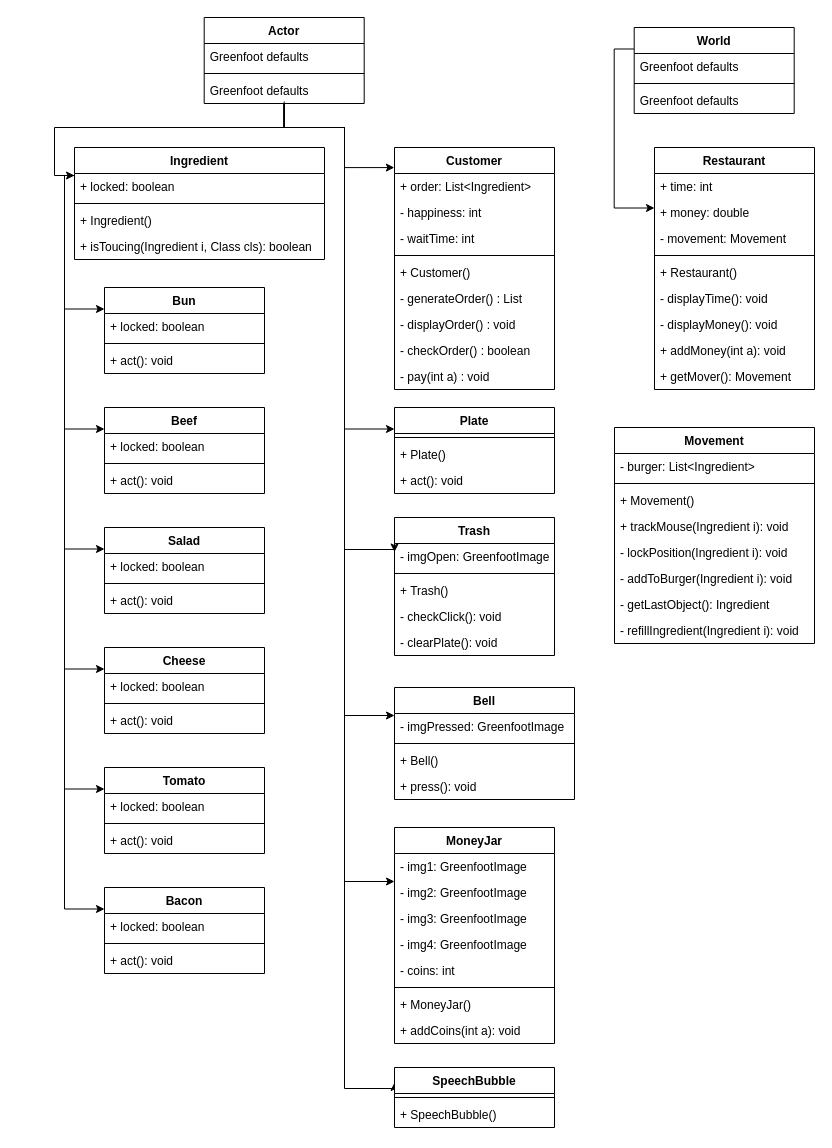
sandrolenz/M226b-BurgerPlace keeps this draw.io diagram as M226B_LB2_Klassendiagramm-grob_FankhauserLenz.drawio. Above is the earlier version. Source tidied: cells renumbered, new cells numbered last; positions are measured from the earlier drawing's top-left corner, leaving out a move shared by most shapes. Both pictures are drawn from the tidied source at 100%, with x=0, y=0 at pixel (54, 17).
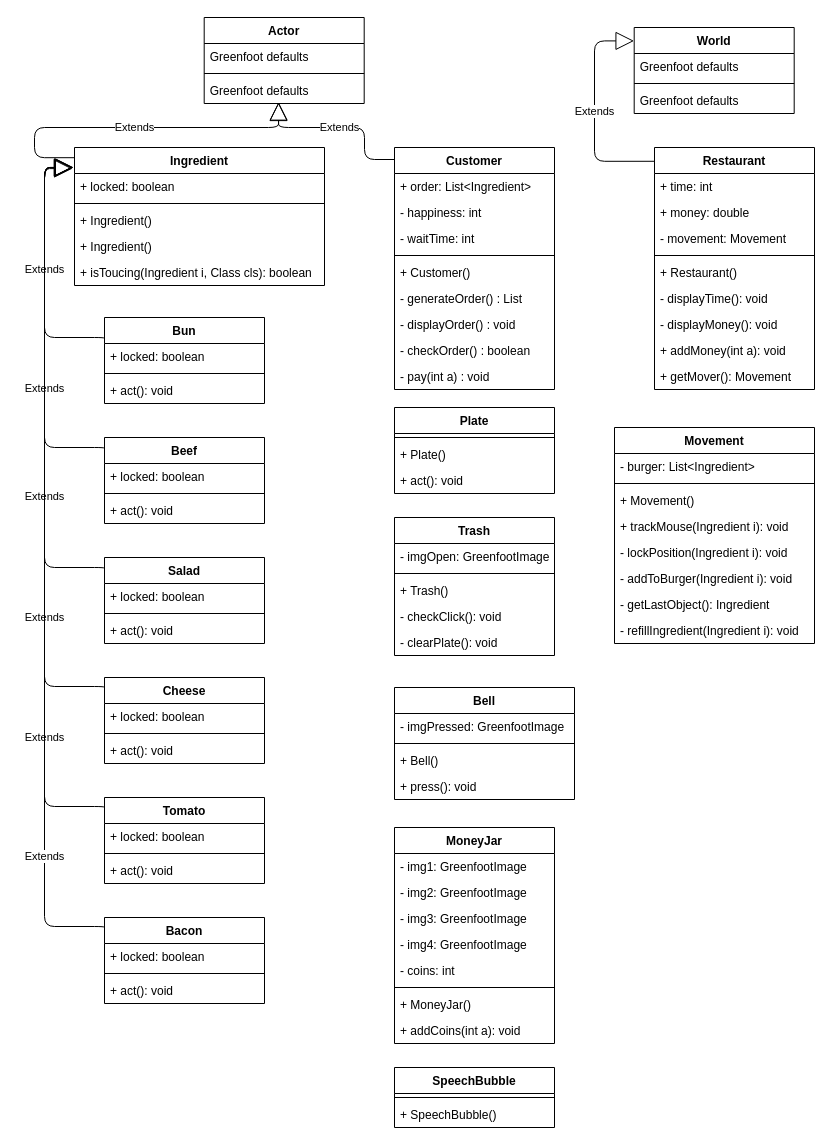
After the change.

The change refers to these unchanged cells:
```xml
<mxCell id="19" value="Actor" style="swimlane;fontStyle=1;align=center;verticalAlign=top;horizontal=1;startSize=26;" parent="1" vertex="1">
  <mxGeometry x="149.7" width="160" height="86" as="geometry" />
</mxCell>
<mxCell id="22" value="Greenfoot defaults" style="text;strokeColor=none;fillColor=none;align=left;verticalAlign=top;spacingLeft=4;spacingRight=4;overflow=hidden;points=[[0,0.5],[1,0.5]];portConstraint=eastwest;" parent="19" vertex="1">
  <mxGeometry y="60" width="160" height="26" as="geometry" />
</mxCell>
<mxCell id="48" value="World" style="swimlane;fontStyle=1;align=center;verticalAlign=top;horizontal=1;startSize=26;" parent="1" vertex="1">
  <mxGeometry x="579.7" y="10" width="160" height="86" as="geometry" />
</mxCell>
<mxCell id="52" value="Restaurant" style="swimlane;fontStyle=1;align=center;verticalAlign=top;horizontal=1;startSize=26;" parent="1" vertex="1">
  <mxGeometry x="600" y="130" width="160" height="242" as="geometry" />
</mxCell>
<mxCell id="71" value="Plate" style="swimlane;fontStyle=1;align=center;verticalAlign=top;horizontal=1;startSize=26;" parent="1" vertex="1">
  <mxGeometry x="340" y="390" width="160" height="86" as="geometry" />
</mxCell>
<mxCell id="75" value="Trash" style="swimlane;fontStyle=1;align=center;verticalAlign=top;horizontal=1;startSize=26;" parent="1" vertex="1">
  <mxGeometry x="340" y="500" width="160" height="138" as="geometry" />
</mxCell>
<mxCell id="81" value="Bell" style="swimlane;fontStyle=1;align=center;verticalAlign=top;horizontal=1;startSize=26;" parent="1" vertex="1">
  <mxGeometry x="340" y="670" width="180" height="112" as="geometry" />
</mxCell>
<mxCell id="86" value="MoneyJar" style="swimlane;fontStyle=1;align=center;verticalAlign=top;horizontal=1;startSize=26;" parent="1" vertex="1">
  <mxGeometry x="340" y="810" width="160" height="216" as="geometry" />
</mxCell>
<mxCell id="95" value="Customer" style="swimlane;fontStyle=1;align=center;verticalAlign=top;horizontal=1;startSize=26;" parent="1" vertex="1">
  <mxGeometry x="340" y="130" width="160" height="242" as="geometry" />
</mxCell>
<mxCell id="105" value="SpeechBubble" style="swimlane;fontStyle=1;align=center;verticalAlign=top;horizontal=1;startSize=26;" parent="1" vertex="1">
  <mxGeometry x="340" y="1050" width="160" height="60" as="geometry" />
</mxCell>
```

The edit, as a diff of the source:
```diff
@@
-    <mxCell id="2" style="edgeStyle=orthogonalEdgeStyle;rounded=0;jettySize=auto;html=1;exitX=0;exitY=0.25;exitDx=0;exitDy=0;entryX=0;entryY=0.25;entryDx=0;entryDy=0;" parent="1" edge="1" source="8" target="23">
-      <mxGeometry relative="1" as="geometry">
-        <Array as="points">
-          <mxPoint x="10" y="158" />
-          <mxPoint x="10" y="292" />
-        </Array>
-      </mxGeometry>
-    </mxCell>
-    <mxCell id="3" style="edgeStyle=orthogonalEdgeStyle;rounded=0;jettySize=auto;html=1;exitX=0;exitY=0.25;exitDx=0;exitDy=0;entryX=0;entryY=0.25;entryDx=0;entryDy=0;" parent="1" edge="1" source="8" target="27">
-      <mxGeometry relative="1" as="geometry">
-        <Array as="points">
-          <mxPoint x="10" y="158" />
-          <mxPoint x="10" y="412" />
-        </Array>
-      </mxGeometry>
-    </mxCell>
-    <mxCell id="4" style="edgeStyle=orthogonalEdgeStyle;rounded=0;jettySize=auto;html=1;exitX=0;exitY=0.25;exitDx=0;exitDy=0;entryX=0;entryY=0.25;entryDx=0;entryDy=0;" parent="1" edge="1" source="8" target="35">
-      <mxGeometry relative="1" as="geometry">
-        <Array as="points">
-          <mxPoint x="10" y="158" />
-          <mxPoint x="10" y="532" />
-        </Array>
-      </mxGeometry>
-    </mxCell>
-    <mxCell id="5" style="edgeStyle=orthogonalEdgeStyle;rounded=0;jettySize=auto;html=1;exitX=0;exitY=0.25;exitDx=0;exitDy=0;entryX=0;entryY=0.25;entryDx=0;entryDy=0;" parent="1" edge="1" source="8" target="39">
-      <mxGeometry relative="1" as="geometry">
-        <Array as="points">
-          <mxPoint x="10" y="158" />
-          <mxPoint x="10" y="652" />
-        </Array>
-      </mxGeometry>
-    </mxCell>
-    <mxCell id="6" style="edgeStyle=orthogonalEdgeStyle;rounded=0;jettySize=auto;html=1;exitX=0;exitY=0.25;exitDx=0;exitDy=0;entryX=0;entryY=0.25;entryDx=0;entryDy=0;" parent="1" edge="1" source="8" target="31">
-      <mxGeometry relative="1" as="geometry">
-        <Array as="points">
-          <mxPoint x="10" y="158" />
-          <mxPoint x="10" y="772" />
-        </Array>
-      </mxGeometry>
-    </mxCell>
-    <mxCell id="7" style="edgeStyle=orthogonalEdgeStyle;rounded=0;jettySize=auto;html=1;exitX=0;exitY=0.25;exitDx=0;exitDy=0;entryX=0;entryY=0.25;entryDx=0;entryDy=0;" parent="1" edge="1" source="8" target="43">
-      <mxGeometry relative="1" as="geometry">
-        <Array as="points">
-          <mxPoint x="10" y="158" />
-          <mxPoint x="10" y="892" />
-        </Array>
-      </mxGeometry>
-    </mxCell>
     <mxCell id="8" value="Ingredient" style="swimlane;fontStyle=1;align=center;verticalAlign=top;horizontal=1;startSize=26;" parent="1" vertex="1">
-      <mxGeometry x="20" y="130" width="250" height="112" as="geometry" />
+      <mxGeometry x="20" y="130" width="250" height="138" as="geometry" />
     </mxCell>
@@
+    <mxCell id="109" value="+ Ingredient()" style="text;strokeColor=none;fillColor=none;align=left;verticalAlign=top;spacingLeft=4;spacingRight=4;overflow=hidden;" parent="8" vertex="1">
+      <mxGeometry y="60" width="250" height="26" as="geometry" />
+    </mxCell>
     <mxCell id="11" value="+ Ingredient()" style="text;strokeColor=none;fillColor=none;align=left;verticalAlign=top;spacingLeft=4;spacingRight=4;overflow=hidden;" parent="8" vertex="1">
-      <mxGeometry y="60" width="250" height="26" as="geometry" />
+      <mxGeometry y="86" width="250" height="26" as="geometry" />
     </mxCell>
     <mxCell id="12" value="+ isToucing(Ingredient i, Class cls): boolean" style="text;strokeColor=none;fillColor=none;align=left;verticalAlign=top;spacingLeft=4;spacingRight=4;overflow=hidden;" parent="8" vertex="1">
-      <mxGeometry y="86" width="250" height="26" as="geometry" />
+      <mxGeometry y="112" width="250" height="26" as="geometry" />
     </mxCell>
-    <mxCell id="13" style="edgeStyle=orthogonalEdgeStyle;rounded=0;jettySize=auto;html=1;exitX=0.5;exitY=1;exitDx=0;exitDy=0;entryX=0;entryY=0.25;entryDx=0;entryDy=0;" parent="1" edge="1" source="19" target="71">
-      <mxGeometry relative="1" as="geometry">
-        <Array as="points">
-          <mxPoint x="230" y="110" />
-          <mxPoint x="290" y="110" />
-          <mxPoint x="290" y="412" />
-        </Array>
-      </mxGeometry>
-    </mxCell>
-    <mxCell id="14" style="edgeStyle=orthogonalEdgeStyle;rounded=0;jettySize=auto;html=1;exitX=0.5;exitY=1;exitDx=0;exitDy=0;entryX=0;entryY=0.25;entryDx=0;entryDy=0;" parent="1" edge="1" source="19" target="75">
-      <mxGeometry relative="1" as="geometry">
-        <Array as="points">
-          <mxPoint x="230" y="110" />
-          <mxPoint x="290" y="110" />
-          <mxPoint x="290" y="532" />
-        </Array>
-      </mxGeometry>
-    </mxCell>
-    <mxCell id="15" style="edgeStyle=orthogonalEdgeStyle;rounded=0;jettySize=auto;html=1;exitX=0.5;exitY=1;exitDx=0;exitDy=0;entryX=0;entryY=0.25;entryDx=0;entryDy=0;" parent="1" edge="1" source="19" target="81">
-      <mxGeometry relative="1" as="geometry">
-        <Array as="points">
-          <mxPoint x="230" y="110" />
-          <mxPoint x="290" y="110" />
-          <mxPoint x="290" y="698" />
-        </Array>
-      </mxGeometry>
-    </mxCell>
-    <mxCell id="16" style="edgeStyle=orthogonalEdgeStyle;rounded=0;jettySize=auto;html=1;exitX=0.5;exitY=1;exitDx=0;exitDy=0;entryX=0;entryY=0.25;entryDx=0;entryDy=0;" parent="1" edge="1" source="19" target="86">
-      <mxGeometry relative="1" as="geometry">
-        <Array as="points">
-          <mxPoint x="230" y="110" />
-          <mxPoint x="290" y="110" />
-          <mxPoint x="290" y="864" />
-        </Array>
-      </mxGeometry>
-    </mxCell>
-    <mxCell id="17" style="edgeStyle=orthogonalEdgeStyle;rounded=0;jettySize=auto;html=1;exitX=0.5;exitY=1;exitDx=0;exitDy=0;entryX=0;entryY=0.25;entryDx=0;entryDy=0;" parent="1" edge="1" source="19" target="105">
-      <mxGeometry relative="1" as="geometry">
-        <Array as="points">
-          <mxPoint x="230" y="110" />
-          <mxPoint x="290" y="110" />
-          <mxPoint x="290" y="1071" />
-        </Array>
-      </mxGeometry>
-    </mxCell>
-    <mxCell id="18" style="edgeStyle=orthogonalEdgeStyle;rounded=0;jettySize=auto;html=1;exitX=0.5;exitY=1;exitDx=0;exitDy=0;entryX=-0.001;entryY=0.083;entryDx=0;entryDy=0;entryPerimeter=0;" parent="1" edge="1" source="19" target="95">
-      <mxGeometry relative="1" as="geometry">
-        <Array as="points">
-          <mxPoint x="230" y="110" />
-          <mxPoint x="290" y="110" />
-          <mxPoint x="290" y="150" />
-        </Array>
-      </mxGeometry>
-    </mxCell>
@@
     <mxCell id="23" value="Bun" style="swimlane;fontStyle=1;align=center;verticalAlign=top;horizontal=1;startSize=26;" parent="1" vertex="1">
-      <mxGeometry x="50" y="270" width="160" height="86" as="geometry" />
+      <mxGeometry x="50" y="300" width="160" height="86" as="geometry" />
     </mxCell>
@@
     <mxCell id="27" value="Beef" style="swimlane;fontStyle=1;align=center;verticalAlign=top;horizontal=1;startSize=26;" parent="1" vertex="1">
-      <mxGeometry x="50" y="390" width="160" height="86" as="geometry" />
+      <mxGeometry x="50" y="420" width="160" height="86" as="geometry" />
     </mxCell>
@@
     <mxCell id="31" value="Tomato" style="swimlane;fontStyle=1;align=center;verticalAlign=top;horizontal=1;startSize=26;" parent="1" vertex="1">
-      <mxGeometry x="50" y="750" width="160" height="86" as="geometry" />
+      <mxGeometry x="50" y="780" width="160" height="86" as="geometry" />
     </mxCell>
@@
     <mxCell id="35" value="Salad" style="swimlane;fontStyle=1;align=center;verticalAlign=top;horizontal=1;startSize=26;" parent="1" vertex="1">
-      <mxGeometry x="50" y="510" width="160" height="86" as="geometry" />
+      <mxGeometry x="50" y="540" width="160" height="86" as="geometry" />
     </mxCell>
@@
     <mxCell id="39" value="Cheese" style="swimlane;fontStyle=1;align=center;verticalAlign=top;horizontal=1;startSize=26;" parent="1" vertex="1">
-      <mxGeometry x="50" y="630" width="160" height="86" as="geometry" />
+      <mxGeometry x="50" y="660" width="160" height="86" as="geometry" />
     </mxCell>
@@
     <mxCell id="43" value="Bacon" style="swimlane;fontStyle=1;align=center;verticalAlign=top;horizontal=1;startSize=26;" parent="1" vertex="1">
-      <mxGeometry x="50" y="870" width="160" height="86" as="geometry" />
+      <mxGeometry x="50" y="900" width="160" height="86" as="geometry" />
     </mxCell>
@@
-    <mxCell id="47" style="edgeStyle=orthogonalEdgeStyle;rounded=0;jettySize=auto;html=1;exitX=0;exitY=0.25;exitDx=0;exitDy=0;entryX=0;entryY=0.25;entryDx=0;entryDy=0;" parent="1" edge="1" source="48" target="52">
-      <mxGeometry relative="1" as="geometry" />
-    </mxCell>
@@
-    <mxCell id="108" style="edgeStyle=orthogonalEdgeStyle;rounded=0;jettySize=auto;html=1;exitX=0.5;exitY=1;exitDx=0;exitDy=0;entryX=0;entryY=0.25;entryDx=0;entryDy=0;" parent="1" edge="1" target="8">
-      <mxGeometry relative="1" as="geometry">
-        <mxPoint x="229.7" y="84" as="sourcePoint" />
-        <Array as="points">
-          <mxPoint x="230" y="110" />
-          <mxPoint y="110" />
-          <mxPoint y="158" />
-        </Array>
-      </mxGeometry>
-    </mxCell>
+    <mxCell id="110" value="Extends" style="endArrow=block;endSize=16;endFill=0;html=1;edgeStyle=orthogonalEdgeStyle;entryX=-0.001;entryY=0.156;entryDx=0;entryDy=0;entryPerimeter=0;exitX=0;exitY=0.057;exitDx=0;exitDy=0;exitPerimeter=0;" parent="1" edge="1" source="52" target="48">
+      <mxGeometry relative="1" as="geometry">
+        <Array as="points">
+          <mxPoint x="540" y="144" />
+          <mxPoint x="540" y="23" />
+        </Array>
+      </mxGeometry>
+    </mxCell>
+    <mxCell id="111" value="Extends" style="endArrow=block;endSize=16;endFill=0;html=1;edgeStyle=orthogonalEdgeStyle;exitX=0;exitY=0.057;exitDx=0;exitDy=0;exitPerimeter=0;entryX=0.465;entryY=0.942;entryDx=0;entryDy=0;entryPerimeter=0;" parent="1" edge="1" target="22">
+      <mxGeometry relative="1" as="geometry">
+        <mxPoint x="20.3" y="140.2" as="sourcePoint" />
+        <Array as="points">
+          <mxPoint x="-20" y="140" />
+          <mxPoint x="-20" y="110" />
+          <mxPoint x="224" y="110" />
+        </Array>
+      </mxGeometry>
+    </mxCell>
+    <mxCell id="112" value="Extends" style="endArrow=block;endSize=16;endFill=0;html=1;edgeStyle=orthogonalEdgeStyle;" parent="1" edge="1" source="95">
+      <mxGeometry relative="1" as="geometry">
+        <mxPoint x="224" y="85" as="targetPoint" />
+        <Array as="points">
+          <mxPoint x="310" y="142" />
+          <mxPoint x="310" y="110" />
+          <mxPoint x="224" y="110" />
+        </Array>
+      </mxGeometry>
+    </mxCell>
+    <mxCell id="113" value="Extends" style="endArrow=block;endSize=16;endFill=0;html=1;edgeStyle=orthogonalEdgeStyle;entryX=-0.001;entryY=0.156;entryDx=0;entryDy=0;entryPerimeter=0;exitX=0;exitY=0.25;exitDx=0;exitDy=0;" parent="1" edge="1" source="23">
+      <mxGeometry relative="1" as="geometry">
+        <mxPoint x="19.1" y="149.9" as="targetPoint" />
+        <Array as="points">
+          <mxPoint x="50" y="320" />
+          <mxPoint x="-10" y="320" />
+          <mxPoint x="-10" y="150" />
+        </Array>
+      </mxGeometry>
+    </mxCell>
+    <mxCell id="114" value="Extends" style="endArrow=block;endSize=16;endFill=0;html=1;edgeStyle=orthogonalEdgeStyle;exitX=0;exitY=0.25;exitDx=0;exitDy=0;" parent="1" edge="1">
+      <mxGeometry x="-0.35" relative="1" as="geometry">
+        <mxPoint x="50" y="431.4" as="sourcePoint" />
+        <mxPoint x="19" y="150" as="targetPoint" />
+        <Array as="points">
+          <mxPoint x="50" y="430" />
+          <mxPoint x="-10" y="430" />
+          <mxPoint x="-10" y="150" />
+          <mxPoint x="19" y="150" />
+        </Array>
+      </mxGeometry>
+    </mxCell>
+    <mxCell id="115" value="Extends" style="endArrow=block;endSize=16;endFill=0;html=1;edgeStyle=orthogonalEdgeStyle;exitX=0;exitY=0.25;exitDx=0;exitDy=0;entryX=-0.008;entryY=0.153;entryDx=0;entryDy=0;entryPerimeter=0;" parent="1" edge="1" target="8">
+      <mxGeometry x="-0.46" relative="1" as="geometry">
+        <mxPoint x="50" y="551.4" as="sourcePoint" />
+        <Array as="points">
+          <mxPoint x="50" y="550" />
+          <mxPoint x="-10" y="550" />
+          <mxPoint x="-10" y="151" />
+        </Array>
+      </mxGeometry>
+    </mxCell>
+    <mxCell id="116" value="Extends" style="endArrow=block;endSize=16;endFill=0;html=1;edgeStyle=orthogonalEdgeStyle;exitX=0;exitY=0.25;exitDx=0;exitDy=0;" parent="1" edge="1">
+      <mxGeometry x="-0.57" relative="1" as="geometry">
+        <mxPoint x="50" y="670.5" as="sourcePoint" />
+        <mxPoint x="18" y="150" as="targetPoint" />
+        <Array as="points">
+          <mxPoint x="50" y="669" />
+          <mxPoint x="-10" y="669" />
+          <mxPoint x="-10" y="150" />
+          <mxPoint x="18" y="150" />
+        </Array>
+      </mxGeometry>
+    </mxCell>
+    <mxCell id="117" value="Extends" style="endArrow=block;endSize=16;endFill=0;html=1;edgeStyle=orthogonalEdgeStyle;exitX=0;exitY=0.25;exitDx=0;exitDy=0;" parent="1" edge="1">
+      <mxGeometry x="-0.64" relative="1" as="geometry">
+        <mxPoint x="50" y="790.5" as="sourcePoint" />
+        <mxPoint x="18" y="150" as="targetPoint" />
+        <Array as="points">
+          <mxPoint x="50" y="789" />
+          <mxPoint x="-10" y="789" />
+          <mxPoint x="-10" y="150" />
+          <mxPoint x="18" y="150" />
+        </Array>
+      </mxGeometry>
+    </mxCell>
+    <mxCell id="118" value="Extends" style="endArrow=block;endSize=16;endFill=0;html=1;edgeStyle=orthogonalEdgeStyle;exitX=0;exitY=0.25;exitDx=0;exitDy=0;" parent="1" edge="1">
+      <mxGeometry x="-0.69" relative="1" as="geometry">
+        <mxPoint x="50" y="910.5" as="sourcePoint" />
+        <mxPoint x="18" y="150" as="targetPoint" />
+        <Array as="points">
+          <mxPoint x="50" y="909" />
+          <mxPoint x="-10" y="909" />
+          <mxPoint x="-10" y="150" />
+          <mxPoint x="18" y="150" />
+        </Array>
+      </mxGeometry>
+    </mxCell>
```
